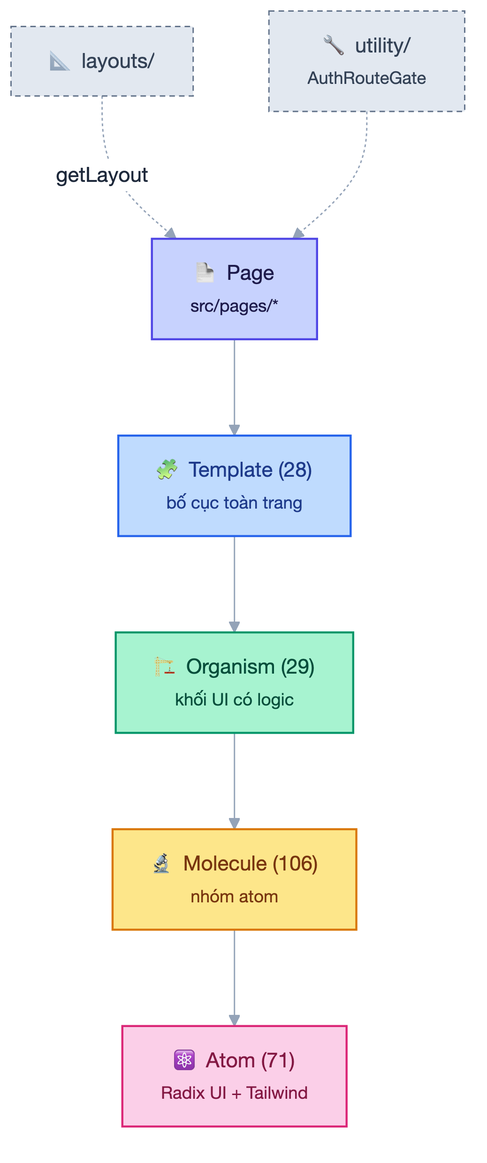
Earlier version of the Mermaid export diagrams/fe/png/03-atomic-design.png (huynhtranty/smartrent-report). Its source is kept beside it as diagrams/fe/src/03-atomic-design.mmd. Its diagram source:
```mermaid
flowchart TD
    Page["📄 Page<br/><small>src/pages/*</small>"] --> Template
    Template["🧩 Template (28)<br/><small>bố cục toàn trang</small>"] --> Organism
    Organism["🏗️ Organism (29)<br/><small>khối UI có logic</small>"] --> Molecule
    Molecule["🔬 Molecule (106)<br/><small>nhóm atom</small>"] --> Atom
    Atom["⚛️ Atom (71)<br/><small>Radix UI + Tailwind</small>"]
    Layout["📐 layouts/"] -. getLayout .-> Page
    Utility["🔧 utility/<br/><small>AuthRouteGate</small>"] -.-> Page

    classDef l1 fill:#c7d2fe,stroke:#4f46e5,color:#1e1b4b,stroke-width:1.5px
    classDef l2 fill:#bfdbfe,stroke:#2563eb,color:#1e3a8a,stroke-width:1.5px
    classDef l3 fill:#a7f3d0,stroke:#059669,color:#064e3b,stroke-width:1.5px
    classDef l4 fill:#fde68a,stroke:#d97706,color:#78350f,stroke-width:1.5px
    classDef l5 fill:#fbcfe8,stroke:#db2777,color:#831843,stroke-width:1.5px
    classDef side fill:#e2e8f0,stroke:#64748b,color:#334155,stroke-dasharray:4 3
    class Page l1
    class Template l2
    class Organism l3
    class Molecule l4
    class Atom l5
    class Layout,Utility side
```
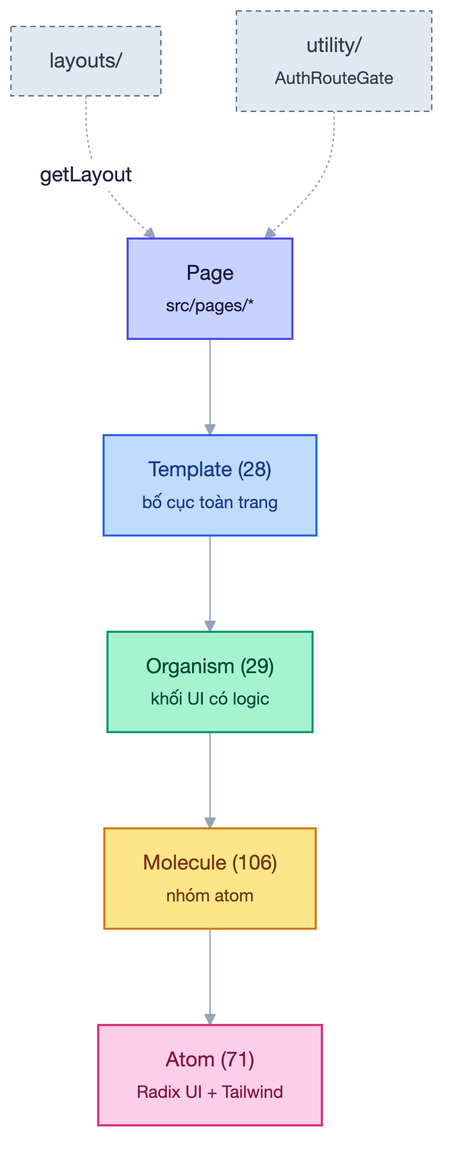
The same diagram one commit later.

Change to the diagram source:
```diff
@@ -1,21 +1,21 @@
 flowchart TD
-    Page["📄 Page<br/><small>src/pages/*</small>"] --> Template
-    Template["🧩 Template (28)<br/><small>bố cục toàn trang</small>"] --> Organism
-    Organism["🏗️ Organism (29)<br/><small>khối UI có logic</small>"] --> Molecule
-    Molecule["🔬 Molecule (106)<br/><small>nhóm atom</small>"] --> Atom
-    Atom["⚛️ Atom (71)<br/><small>Radix UI + Tailwind</small>"]
-    Layout["📐 layouts/"] -. getLayout .-> Page
-    Utility["🔧 utility/<br/><small>AuthRouteGate</small>"] -.-> Page
+ Page["Page<br/><small>src/pages/*</small>"] --> Template
+ Template["Template (28)<br/><small>bố cục toàn trang</small>"] --> Organism
+ Organism["Organism (29)<br/><small>khối UI có logic</small>"] --> Molecule
+ Molecule["Molecule (106)<br/><small>nhóm atom</small>"] --> Atom
+ Atom["Atom (71)<br/><small>Radix UI + Tailwind</small>"]
+ Layout["layouts/"] -. getLayout .-> Page
+ Utility["utility/<br/><small>AuthRouteGate</small>"] -.-> Page
 
-    classDef l1 fill:#c7d2fe,stroke:#4f46e5,color:#1e1b4b,stroke-width:1.5px
-    classDef l2 fill:#bfdbfe,stroke:#2563eb,color:#1e3a8a,stroke-width:1.5px
-    classDef l3 fill:#a7f3d0,stroke:#059669,color:#064e3b,stroke-width:1.5px
-    classDef l4 fill:#fde68a,stroke:#d97706,color:#78350f,stroke-width:1.5px
-    classDef l5 fill:#fbcfe8,stroke:#db2777,color:#831843,stroke-width:1.5px
-    classDef side fill:#e2e8f0,stroke:#64748b,color:#334155,stroke-dasharray:4 3
-    class Page l1
-    class Template l2
-    class Organism l3
-    class Molecule l4
-    class Atom l5
-    class Layout,Utility side
+ classDef l1 fill:#c7d2fe,stroke:#4f46e5,color:#1e1b4b,stroke-width:1.5px
+ classDef l2 fill:#bfdbfe,stroke:#2563eb,color:#1e3a8a,stroke-width:1.5px
+ classDef l3 fill:#a7f3d0,stroke:#059669,color:#064e3b,stroke-width:1.5px
+ classDef l4 fill:#fde68a,stroke:#d97706,color:#78350f,stroke-width:1.5px
+ classDef l5 fill:#fbcfe8,stroke:#db2777,color:#831843,stroke-width:1.5px
+ classDef side fill:#e2e8f0,stroke:#64748b,color:#334155,stroke-dasharray:4 3
+ class Page l1
+ class Template l2
+ class Organism l3
+ class Molecule l4
+ class Atom l5
+ class Layout,Utility side
```
